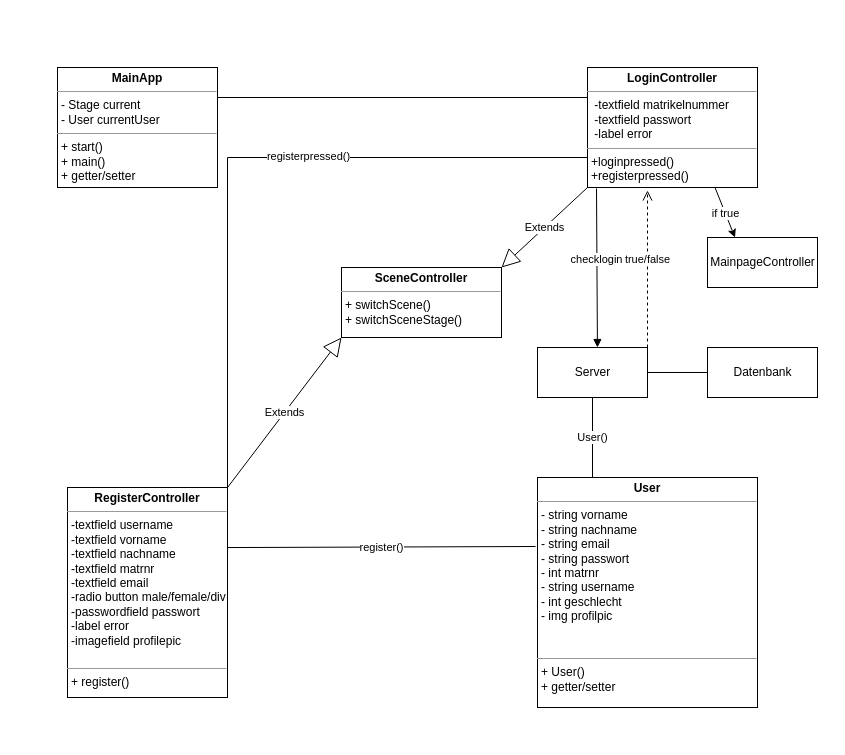
Above: Projektmappe/Klassendiagramme/Login_Registration_ClassDiagram.drawio in Applegreen92/gruppe-h (draw.io), before the change. Source tidied: cells renumbered, new cells numbered last; positions are measured from the earlier drawing's top-left corner, leaving out a move shared by most shapes. Both pictures are drawn from the tidied source at 100%, with x=0, y=0 at pixel (57, 67).
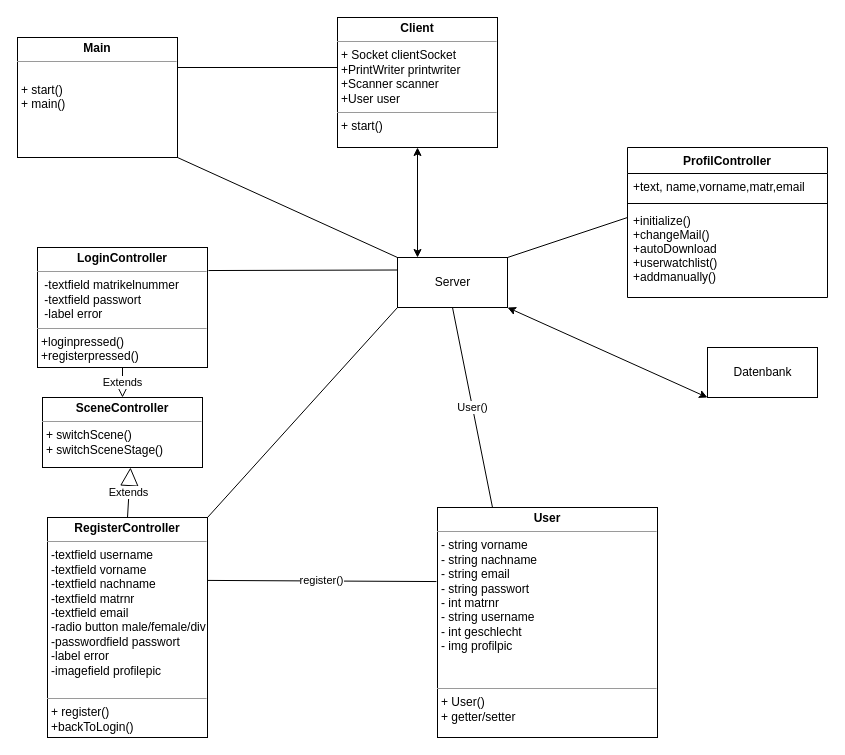
The same page after the edit.

Commit message:
Klassendiagramm Login/Register

The change refers to these unchanged cells:
```xml
<mxCell id="9" value="Datenbank" style="html=1;" parent="1" vertex="1">
  <mxGeometry x="650" y="280" width="110" height="50" as="geometry" />
</mxCell>
```

The edit, as a diff of the source:
```diff
@@
     <mxCell id="2" value="&lt;p style=&quot;margin: 0px ; margin-top: 4px ; text-align: center&quot;&gt;&lt;b&gt;LoginController&lt;/b&gt;&lt;/p&gt;&lt;hr size=&quot;1&quot;&gt;&lt;p style=&quot;margin: 0px ; margin-left: 4px&quot;&gt;&amp;nbsp;-textfield matrikelnummer&lt;/p&gt;&lt;p style=&quot;margin: 0px ; margin-left: 4px&quot;&gt;&amp;nbsp;-textfield passwort&lt;/p&gt;&lt;p style=&quot;margin: 0px ; margin-left: 4px&quot;&gt;&amp;nbsp;-label error&lt;/p&gt;&lt;hr size=&quot;1&quot;&gt;&lt;p style=&quot;margin: 0px ; margin-left: 4px&quot;&gt;+loginpressed()&lt;/p&gt;&lt;p style=&quot;margin: 0px ; margin-left: 4px&quot;&gt;+registerpressed()&lt;/p&gt;" style="verticalAlign=top;align=left;overflow=fill;fontSize=12;fontFamily=Helvetica;html=1;" parent="1" vertex="1">
-      <mxGeometry x="530" width="170" height="120" as="geometry" />
+      <mxGeometry x="-20" y="180" width="170" height="120" as="geometry" />
     </mxCell>
     <mxCell id="3" value="&lt;p style=&quot;margin: 0px ; margin-top: 4px ; text-align: center&quot;&gt;&lt;b&gt;SceneController&lt;/b&gt;&lt;/p&gt;&lt;hr size=&quot;1&quot;&gt;&lt;p style=&quot;margin: 0px ; margin-left: 4px&quot;&gt;&lt;span&gt;+ switchScene()&lt;/span&gt;&lt;/p&gt;&lt;p style=&quot;margin: 0px ; margin-left: 4px&quot;&gt;&lt;span&gt;+ switchSceneStage()&lt;/span&gt;&lt;/p&gt;" style="verticalAlign=top;align=left;overflow=fill;fontSize=12;fontFamily=Helvetica;html=1;" parent="1" vertex="1">
-      <mxGeometry x="284" y="200" width="160" height="70" as="geometry" />
+      <mxGeometry x="-15" y="330" width="160" height="70" as="geometry" />
     </mxCell>
-    <mxCell id="4" value="&lt;p style=&quot;margin: 0px ; margin-top: 4px ; text-align: center&quot;&gt;&lt;b&gt;RegisterController&lt;/b&gt;&lt;/p&gt;&lt;hr size=&quot;1&quot;&gt;&lt;p style=&quot;margin: 0px ; margin-left: 4px&quot;&gt;-textfield username&lt;/p&gt;&lt;p style=&quot;margin: 0px ; margin-left: 4px&quot;&gt;&lt;span&gt;-textfield vorname&lt;/span&gt;&lt;/p&gt;&lt;p style=&quot;margin: 0px ; margin-left: 4px&quot;&gt;-textfield nachname&lt;/p&gt;&lt;p style=&quot;margin: 0px ; margin-left: 4px&quot;&gt;-textfield matrnr&lt;/p&gt;&lt;p style=&quot;margin: 0px ; margin-left: 4px&quot;&gt;-textfield email&lt;/p&gt;&lt;p style=&quot;margin: 0px ; margin-left: 4px&quot;&gt;-radio button male/female/div&lt;/p&gt;&lt;p style=&quot;margin: 0px ; margin-left: 4px&quot;&gt;-passwordfield passwort&lt;/p&gt;&lt;p style=&quot;margin: 0px ; margin-left: 4px&quot;&gt;-label error&lt;/p&gt;&lt;p style=&quot;margin: 0px ; margin-left: 4px&quot;&gt;-imagefield profilepic&lt;/p&gt;&lt;p style=&quot;margin: 0px ; margin-left: 4px&quot;&gt;&lt;br&gt;&lt;/p&gt;&lt;hr size=&quot;1&quot;&gt;&lt;p style=&quot;margin: 0px ; margin-left: 4px&quot;&gt;+ register()&lt;/p&gt;" style="verticalAlign=top;align=left;overflow=fill;fontSize=12;fontFamily=Helvetica;html=1;" parent="1" vertex="1">
-      <mxGeometry x="10" y="420" width="160" height="210" as="geometry" />
+    <mxCell id="4" value="&lt;p style=&quot;margin: 0px ; margin-top: 4px ; text-align: center&quot;&gt;&lt;b&gt;RegisterController&lt;/b&gt;&lt;/p&gt;&lt;hr size=&quot;1&quot;&gt;&lt;p style=&quot;margin: 0px ; margin-left: 4px&quot;&gt;-textfield username&lt;/p&gt;&lt;p style=&quot;margin: 0px ; margin-left: 4px&quot;&gt;&lt;span&gt;-textfield vorname&lt;/span&gt;&lt;/p&gt;&lt;p style=&quot;margin: 0px ; margin-left: 4px&quot;&gt;-textfield nachname&lt;/p&gt;&lt;p style=&quot;margin: 0px ; margin-left: 4px&quot;&gt;-textfield matrnr&lt;/p&gt;&lt;p style=&quot;margin: 0px ; margin-left: 4px&quot;&gt;-textfield email&lt;/p&gt;&lt;p style=&quot;margin: 0px ; margin-left: 4px&quot;&gt;-radio button male/female/div&lt;/p&gt;&lt;p style=&quot;margin: 0px ; margin-left: 4px&quot;&gt;-passwordfield passwort&lt;/p&gt;&lt;p style=&quot;margin: 0px ; margin-left: 4px&quot;&gt;-label error&lt;/p&gt;&lt;p style=&quot;margin: 0px ; margin-left: 4px&quot;&gt;-imagefield profilepic&lt;/p&gt;&lt;p style=&quot;margin: 0px ; margin-left: 4px&quot;&gt;&lt;br&gt;&lt;/p&gt;&lt;hr size=&quot;1&quot;&gt;&lt;p style=&quot;margin: 0px ; margin-left: 4px&quot;&gt;+ register()&lt;/p&gt;&lt;p style=&quot;margin: 0px ; margin-left: 4px&quot;&gt;+backToLogin()&lt;/p&gt;" style="verticalAlign=top;align=left;overflow=fill;fontSize=12;fontFamily=Helvetica;html=1;" parent="1" vertex="1">
+      <mxGeometry x="-10" y="450" width="160" height="220" as="geometry" />
     </mxCell>
     <mxCell id="5" value="&lt;p style=&quot;margin: 0px ; margin-top: 4px ; text-align: center&quot;&gt;&lt;b&gt;User&lt;/b&gt;&lt;/p&gt;&lt;hr size=&quot;1&quot;&gt;&lt;p style=&quot;margin: 0px ; margin-left: 4px&quot;&gt;- string vorname&lt;/p&gt;&lt;p style=&quot;margin: 0px ; margin-left: 4px&quot;&gt;- string nachname&lt;/p&gt;&lt;p style=&quot;margin: 0px ; margin-left: 4px&quot;&gt;- string email&lt;/p&gt;&lt;p style=&quot;margin: 0px ; margin-left: 4px&quot;&gt;- string passwort&lt;/p&gt;&lt;p style=&quot;margin: 0px ; margin-left: 4px&quot;&gt;- int matrnr&lt;/p&gt;&lt;p style=&quot;margin: 0px ; margin-left: 4px&quot;&gt;- string username&lt;/p&gt;&lt;p style=&quot;margin: 0px ; margin-left: 4px&quot;&gt;- int geschlecht&lt;/p&gt;&lt;p style=&quot;margin: 0px ; margin-left: 4px&quot;&gt;- img profilpic&lt;/p&gt;&lt;p style=&quot;margin: 0px ; margin-left: 4px&quot;&gt;&lt;br&gt;&lt;/p&gt;&lt;p style=&quot;margin: 0px ; margin-left: 4px&quot;&gt;&lt;br&gt;&lt;/p&gt;&lt;hr size=&quot;1&quot;&gt;&lt;p style=&quot;margin: 0px ; margin-left: 4px&quot;&gt;+ User()&lt;/p&gt;&lt;p style=&quot;margin: 0px ; margin-left: 4px&quot;&gt;+ getter/setter&lt;/p&gt;" style="verticalAlign=top;align=left;overflow=fill;fontSize=12;fontFamily=Helvetica;html=1;" parent="1" vertex="1">
-      <mxGeometry x="480" y="410" width="220" height="230" as="geometry" />
+      <mxGeometry x="380" y="440" width="220" height="230" as="geometry" />
     </mxCell>
-    <mxCell id="6" value="&lt;p style=&quot;margin: 0px ; margin-top: 4px ; text-align: center&quot;&gt;&lt;b&gt;MainApp&lt;/b&gt;&lt;/p&gt;&lt;hr size=&quot;1&quot;&gt;&lt;p style=&quot;margin: 0px ; margin-left: 4px&quot;&gt;- Stage current&lt;/p&gt;&lt;p style=&quot;margin: 0px ; margin-left: 4px&quot;&gt;- User currentUser&lt;/p&gt;&lt;hr size=&quot;1&quot;&gt;&lt;p style=&quot;margin: 0px ; margin-left: 4px&quot;&gt;+ start()&lt;/p&gt;&lt;p style=&quot;margin: 0px ; margin-left: 4px&quot;&gt;+ main()&lt;/p&gt;&lt;p style=&quot;margin: 0px ; margin-left: 4px&quot;&gt;+ getter/setter&lt;/p&gt;&lt;p style=&quot;margin: 0px ; margin-left: 4px&quot;&gt;&lt;br&gt;&lt;/p&gt;" style="verticalAlign=top;align=left;overflow=fill;fontSize=12;fontFamily=Helvetica;html=1;" parent="1" vertex="1">
-      <mxGeometry width="160" height="120" as="geometry" />
+    <mxCell id="6" value="&lt;p style=&quot;margin: 0px ; margin-top: 4px ; text-align: center&quot;&gt;&lt;b&gt;Main&lt;/b&gt;&lt;/p&gt;&lt;hr size=&quot;1&quot;&gt;&lt;p style=&quot;margin: 0px ; margin-left: 4px&quot;&gt;&lt;br&gt;&lt;/p&gt;&lt;p style=&quot;margin: 0px ; margin-left: 4px&quot;&gt;+ start()&lt;/p&gt;&lt;p style=&quot;margin: 0px ; margin-left: 4px&quot;&gt;+ main()&lt;/p&gt;&lt;p style=&quot;margin: 0px ; margin-left: 4px&quot;&gt;&lt;br&gt;&lt;/p&gt;&lt;p style=&quot;margin: 0px ; margin-left: 4px&quot;&gt;&lt;br&gt;&lt;/p&gt;" style="verticalAlign=top;align=left;overflow=fill;fontSize=12;fontFamily=Helvetica;html=1;" parent="1" vertex="1">
+      <mxGeometry x="-40" y="-30" width="160" height="120" as="geometry" />
     </mxCell>
-    <mxCell id="7" value="Extends" style="endArrow=block;endSize=16;endFill=0;html=1;rounded=0;exitX=0;exitY=1;exitDx=0;exitDy=0;entryX=1;entryY=0;entryDx=0;entryDy=0;" parent="1" edge="1" source="2" target="3">
+    <mxCell id="7" value="Extends" style="endArrow=block;endSize=16;endFill=0;html=1;rounded=0;exitX=0.5;exitY=1;exitDx=0;exitDy=0;entryX=0.5;entryY=0;entryDx=0;entryDy=0;" parent="1" edge="1" source="2" target="3">
       <mxGeometry relative="1" as="geometry" />
     </mxCell>
-    <mxCell id="8" value="Extends" style="endArrow=block;endSize=16;endFill=0;html=1;rounded=0;exitX=1;exitY=0;exitDx=0;exitDy=0;entryX=0;entryY=1;entryDx=0;entryDy=0;" parent="1" edge="1" source="4" target="3">
+    <mxCell id="8" value="Extends" style="endArrow=block;endSize=16;endFill=0;html=1;rounded=0;exitX=0.5;exitY=0;exitDx=0;exitDy=0;entryX=0.55;entryY=1;entryDx=0;entryDy=0;entryPerimeter=0;" parent="1" edge="1" source="4" target="3">
       <mxGeometry relative="1" as="geometry" />
     </mxCell>
@@
-    <mxCell id="10" value="checklogin" style="html=1;verticalAlign=bottom;endArrow=block;rounded=0;entryX=0.545;entryY=0;entryDx=0;entryDy=0;exitX=0.053;exitY=1.008;exitDx=0;exitDy=0;exitPerimeter=0;entryPerimeter=0;" parent="1" edge="1" source="2" target="16">
-      <mxGeometry relative="1" as="geometry" />
-    </mxCell>
-    <mxCell id="11" value="true/false" style="html=1;verticalAlign=bottom;endArrow=open;dashed=1;endSize=8;rounded=0;exitX=1;exitY=0;exitDx=0;exitDy=0;entryX=0.353;entryY=1.025;entryDx=0;entryDy=0;entryPerimeter=0;" parent="1" edge="1" source="16" target="2">
-      <mxGeometry relative="1" as="geometry" />
-    </mxCell>
-    <mxCell id="12" style="endArrow=none;html=1;rounded=0;exitX=1;exitY=0.25;exitDx=0;exitDy=0;entryX=0;entryY=0.25;entryDx=0;entryDy=0;" parent="1" edge="1" source="6" target="2">
-      <mxGeometry relative="1" as="geometry" />
+    <mxCell id="12" style="endArrow=none;html=1;rounded=0;exitX=1;exitY=0.25;exitDx=0;exitDy=0;" parent="1" edge="1" source="6">
+      <mxGeometry relative="1" as="geometry">
+        <mxPoint x="280" as="targetPoint" />
+      </mxGeometry>
     </mxCell>
-    <mxCell id="13" value="registerpressed()" style="endArrow=none;html=1;rounded=0;entryX=0;entryY=0.75;entryDx=0;entryDy=0;exitX=1;exitY=0;exitDx=0;exitDy=0;" parent="1" edge="1" source="4" target="2">
-      <mxGeometry x="0.19" y="1" relative="1" as="geometry">
-        <Array as="points">
-          <mxPoint x="170" y="90" />
-        </Array>
-      </mxGeometry>
-    </mxCell>
-    <mxCell id="14" value="register()" style="endArrow=none;html=1;rounded=0;exitX=1;exitY=0.286;exitDx=0;exitDy=0;exitPerimeter=0;entryX=-0.009;entryY=0.3;entryDx=0;entryDy=0;entryPerimeter=0;" parent="1" edge="1" source="4" target="5">
+    <mxCell id="14" value="register()" style="endArrow=none;html=1;rounded=0;exitX=1;exitY=0.286;exitDx=0;exitDy=0;exitPerimeter=0;entryX=-0.005;entryY=0.322;entryDx=0;entryDy=0;entryPerimeter=0;" parent="1" edge="1" source="4" target="5">
       <mxGeometry relative="1" as="geometry" />
     </mxCell>
@@
     <mxCell id="16" value="Server" style="html=1;" parent="1" vertex="1">
-      <mxGeometry x="480" y="280" width="110" height="50" as="geometry" />
+      <mxGeometry x="340" y="190" width="110" height="50" as="geometry" />
     </mxCell>
-    <mxCell id="17" style="endArrow=none;html=1;rounded=0;exitX=1;exitY=0.5;exitDx=0;exitDy=0;entryX=0;entryY=0.5;entryDx=0;entryDy=0;" parent="1" edge="1" source="16" target="9">
-      <mxGeometry relative="1" as="geometry" />
-    </mxCell>
-    <mxCell id="18" value="MainpageController" style="html=1;" parent="1" vertex="1">
-      <mxGeometry x="650" y="170" width="110" height="50" as="geometry" />
-    </mxCell>
-    <mxCell id="19" style="endArrow=classic;html=1;rounded=0;exitX=0.75;exitY=1;exitDx=0;exitDy=0;entryX=0.25;entryY=0;entryDx=0;entryDy=0;" parent="1" edge="1" source="2" target="18">
-      <mxGeometry relative="1" as="geometry" />
-    </mxCell>
-    <mxCell id="20" value="if true" style="edgeLabel;html=1;align=center;verticalAlign=middle;" parent="19" vertex="1">
-      <mxGeometry relative="1" as="geometry" />
-    </mxCell>
+    <mxCell id="21" value="&lt;p style=&quot;margin: 0px ; margin-top: 4px ; text-align: center&quot;&gt;&lt;b&gt;Client&lt;/b&gt;&lt;/p&gt;&lt;hr size=&quot;1&quot;&gt;&lt;p style=&quot;margin: 0px ; margin-left: 4px&quot;&gt;+ Socket clientSocket&lt;/p&gt;&lt;p style=&quot;margin: 0px ; margin-left: 4px&quot;&gt;+PrintWriter printwriter&lt;/p&gt;&lt;p style=&quot;margin: 0px ; margin-left: 4px&quot;&gt;+Scanner scanner&lt;/p&gt;&lt;p style=&quot;margin: 0px ; margin-left: 4px&quot;&gt;+User user&lt;/p&gt;&lt;hr size=&quot;1&quot;&gt;&lt;p style=&quot;margin: 0px ; margin-left: 4px&quot;&gt;+ start()&lt;/p&gt;" style="verticalAlign=top;align=left;overflow=fill;fontSize=12;fontFamily=Helvetica;html=1;" parent="1" vertex="1">
+      <mxGeometry x="280" y="-50" width="160" height="130" as="geometry" />
+    </mxCell>
+    <mxCell id="22" style="endArrow=classic;startArrow=classic;html=1;rounded=0;entryX=0.5;entryY=1;entryDx=0;entryDy=0;exitX=0.182;exitY=0;exitDx=0;exitDy=0;exitPerimeter=0;" parent="1" edge="1" source="16" target="21">
+      <mxGeometry relative="1" as="geometry" />
+    </mxCell>
+    <mxCell id="10" style="endArrow=none;html=1;rounded=0;exitX=1.006;exitY=0.192;exitDx=0;exitDy=0;entryX=0;entryY=0.25;entryDx=0;entryDy=0;exitPerimeter=0;" parent="1" edge="1" source="2" target="16">
+      <mxGeometry relative="1" as="geometry" />
+    </mxCell>
+    <mxCell id="23" style="endArrow=none;html=1;rounded=0;entryX=0;entryY=1;entryDx=0;entryDy=0;exitX=1;exitY=0;exitDx=0;exitDy=0;" parent="1" edge="1" source="16">
+      <mxGeometry relative="1" as="geometry">
+        <mxPoint x="570" y="150" as="targetPoint" />
+      </mxGeometry>
+    </mxCell>
+    <mxCell id="24" style="endArrow=none;html=1;rounded=0;exitX=1;exitY=0;exitDx=0;exitDy=0;entryX=0;entryY=1;entryDx=0;entryDy=0;" parent="1" edge="1" source="4" target="16">
+      <mxGeometry relative="1" as="geometry" />
+    </mxCell>
+    <mxCell id="25" style="endArrow=classic;startArrow=classic;html=1;rounded=0;entryX=1;entryY=1;entryDx=0;entryDy=0;exitX=0;exitY=1;exitDx=0;exitDy=0;" parent="1" edge="1" source="9" target="16">
+      <mxGeometry relative="1" as="geometry" />
+    </mxCell>
+    <mxCell id="26" style="endArrow=none;html=1;rounded=0;exitX=1;exitY=1;exitDx=0;exitDy=0;entryX=0;entryY=0;entryDx=0;entryDy=0;" parent="1" edge="1" source="6" target="16">
+      <mxGeometry relative="1" as="geometry" />
+    </mxCell>
+    <mxCell id="27" value="ProfilController" style="swimlane;fontStyle=1;align=center;verticalAlign=top;horizontal=1;startSize=26;" parent="1" vertex="1">
+      <mxGeometry x="570" y="80" width="200" height="150" as="geometry" />
+    </mxCell>
+    <mxCell id="28" value="+text, name,vorname,matr,email" style="text;strokeColor=none;fillColor=none;align=left;verticalAlign=top;spacingLeft=4;spacingRight=4;overflow=hidden;" parent="27" vertex="1">
+      <mxGeometry y="26" width="200" height="26" as="geometry" />
+    </mxCell>
+    <mxCell id="29" style="line;strokeWidth=1;fillColor=none;align=left;verticalAlign=middle;spacingTop=-1;spacingLeft=3;spacingRight=3;labelPosition=right;" parent="27" vertex="1">
+      <mxGeometry y="52" width="200" height="8" as="geometry" />
+    </mxCell>
+    <mxCell id="30" value="+initialize()&#10;+changeMail()&#10;+autoDownload&#10;+userwatchlist()&#10;+addmanually()" style="text;strokeColor=none;fillColor=none;align=left;verticalAlign=top;spacingLeft=4;spacingRight=4;overflow=hidden;" parent="27" vertex="1">
+      <mxGeometry y="60" width="200" height="90" as="geometry" />
+    </mxCell>
```
